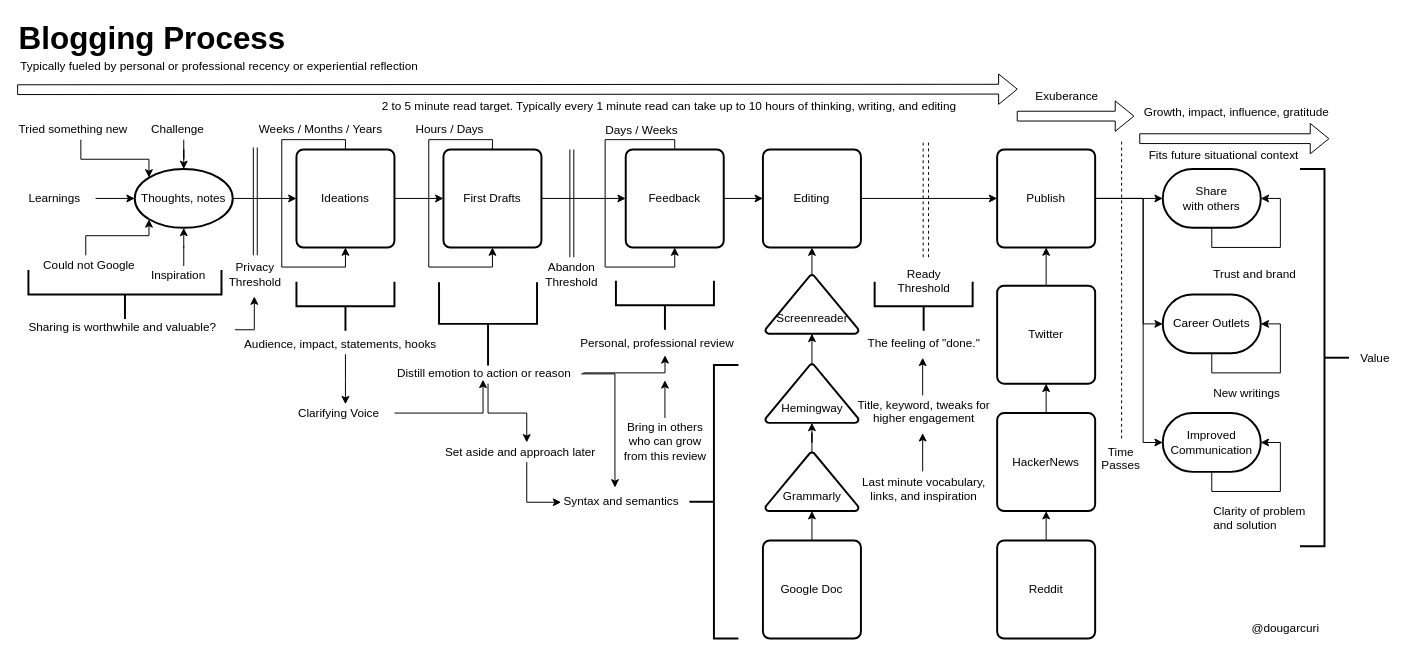
The draw.io diagram mentoring/diagrams/blogging-process.drawio in solidi/learning-notes, before the edit. Source tidied: cells renumbered, new cells numbered last; positions are measured from the earlier drawing's top-left corner, leaving out a move shared by most shapes. Both pictures are drawn from the tidied source at 98%, with x=0, y=0 at pixel (17, 17).
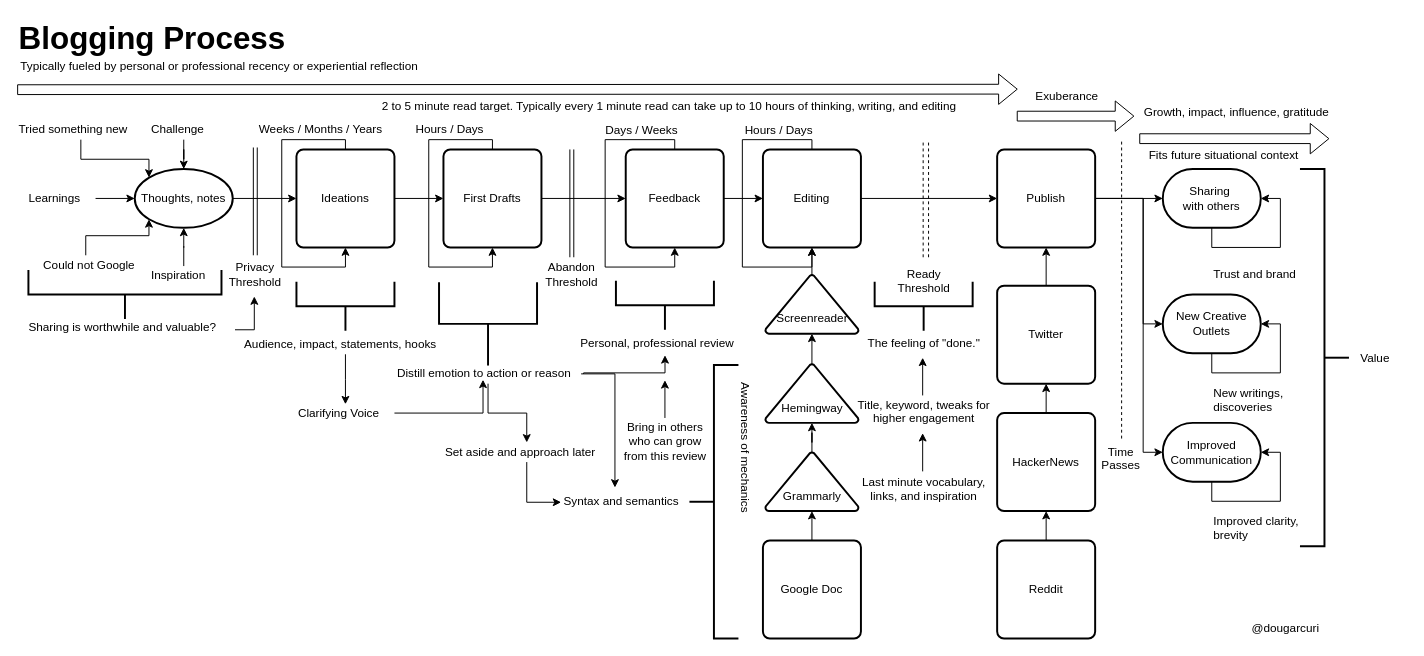
After the change.

Commit message (it also covers changes not shown here):
Add mechanics to blogging

The change refers to these unchanged cells:
```xml
<mxCell id="19" value="Publish" style="rounded=1;whiteSpace=wrap;html=1;absoluteArcSize=1;arcSize=14;strokeWidth=2;" parent="1" vertex="1">
  <mxGeometry x="1000" y="135" width="100" height="100" as="geometry" />
</mxCell>
```

Diff of the diagram source:
```diff
@@
     <mxCell id="18" style="edgeStyle=orthogonalEdgeStyle;rounded=0;jettySize=auto;html=1;exitX=1;exitY=0.5;exitDx=0;exitDy=0;entryX=0;entryY=0.5;entryDx=0;entryDy=0;entryPerimeter=0;" parent="1" edge="1" source="19" target="80">
       <mxGeometry relative="1" as="geometry">
         <Array as="points">
           <mxPoint x="1149" y="185" />
-          <mxPoint x="1149" y="434" />
+          <mxPoint x="1149" y="444" />
         </Array>
       </mxGeometry>
     </mxCell>
@@
-    <mxCell id="57" value="Share &lt;br&gt;with others" style="strokeWidth=2;html=1;shape=mxgraph.flowchart.terminator;whiteSpace=wrap;" parent="1" vertex="1">
+    <mxCell id="57" value="Sharing&amp;nbsp;&lt;br&gt;with others" style="strokeWidth=2;html=1;shape=mxgraph.flowchart.terminator;whiteSpace=wrap;" parent="1" vertex="1">
       <mxGeometry x="1169" y="155" width="100" height="60" as="geometry" />
     </mxCell>
@@
-    <mxCell id="77" value="Career Outlets" style="strokeWidth=2;html=1;shape=mxgraph.flowchart.terminator;whiteSpace=wrap;" parent="1" vertex="1">
+    <mxCell id="77" value="New Creative Outlets" style="strokeWidth=2;html=1;shape=mxgraph.flowchart.terminator;whiteSpace=wrap;" parent="1" vertex="1">
       <mxGeometry x="1169" y="283" width="100" height="60" as="geometry" />
     </mxCell>
@@
-    <mxCell id="79" value="New writings" style="text;html=1;align=left;verticalAlign=top;spacingTop=-4;" parent="1" vertex="1">
-      <mxGeometry x="1219" y="374" width="80" height="20" as="geometry" />
+    <mxCell id="79" value="New writings, &lt;br&gt;discoveries" style="text;html=1;align=left;verticalAlign=top;spacingTop=-4;" parent="1" vertex="1">
+      <mxGeometry x="1219" y="374" width="90" height="30" as="geometry" />
     </mxCell>
     <mxCell id="80" value="Improved Communication" style="strokeWidth=2;html=1;shape=mxgraph.flowchart.terminator;whiteSpace=wrap;" parent="1" vertex="1">
-      <mxGeometry x="1169" y="404" width="100" height="60" as="geometry" />
+      <mxGeometry x="1169" y="414" width="100" height="60" as="geometry" />
     </mxCell>
@@
-    <mxCell id="82" value="Clarity of problem&lt;br&gt;and solution" style="text;html=1;align=left;verticalAlign=top;spacingTop=-4;" parent="1" vertex="1">
-      <mxGeometry x="1219" y="494.5" width="110" height="30" as="geometry" />
+    <mxCell id="82" value="Improved clarity, &lt;br&gt;brevity&amp;nbsp;" style="text;html=1;align=left;verticalAlign=top;spacingTop=-4;" parent="1" vertex="1">
+      <mxGeometry x="1219" y="504.5" width="100" height="30" as="geometry" />
     </mxCell>
@@
+    <mxCell id="103" style="edgeStyle=orthogonalEdgeStyle;rounded=0;orthogonalLoop=1;jettySize=auto;html=1;exitX=0.5;exitY=0;exitDx=0;exitDy=0;entryX=0.5;entryY=1;entryDx=0;entryDy=0;" parent="1" edge="1">
+      <mxGeometry relative="1" as="geometry">
+        <mxPoint x="811" y="135" as="sourcePoint" />
+        <mxPoint x="811" y="235" as="targetPoint" />
+        <Array as="points">
+          <mxPoint x="811" y="125" />
+          <mxPoint x="740" y="125" />
+          <mxPoint x="740" y="255" />
+          <mxPoint x="811" y="255" />
+        </Array>
+      </mxGeometry>
+    </mxCell>
+    <mxCell id="104" value="Hours / Days" style="text;html=1;align=center;verticalAlign=middle;labelBackgroundColor=#ffffff;" parent="103" vertex="1">
+      <mxGeometry x="-0.57" y="-4" relative="1" as="geometry">
+        <mxPoint x="20" y="-6" as="offset" />
+      </mxGeometry>
+    </mxCell>
+    <mxCell id="105" value="Awareness of mechanics" style="text;html=1;align=center;verticalAlign=middle;rotation=90;" parent="1" vertex="1">
+      <mxGeometry x="668" y="429" width="150" height="20" as="geometry" />
+    </mxCell>
```
